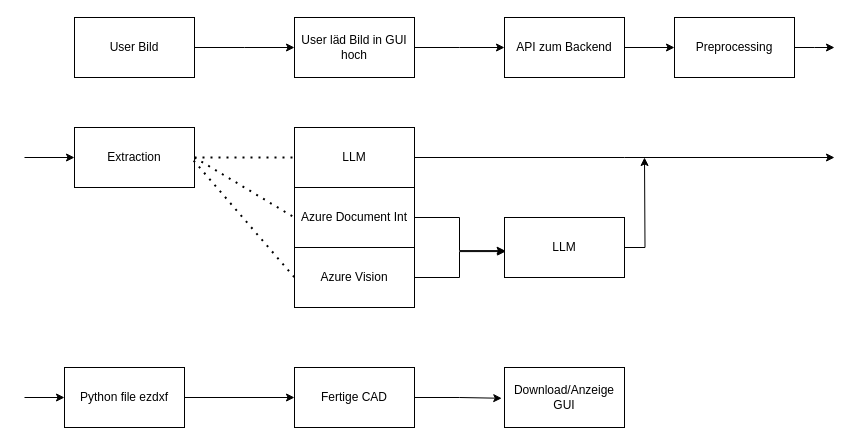
The draw.io diagram Process Flow Chartdrawio.drawio in WOsaka/GenAI-Seminar-UC1, before the edit. Source tidied: cells renumbered, new cells numbered last; positions are measured from the earlier drawing's top-left corner, leaving out a move shared by most shapes. Both pictures are drawn from the tidied source at 100%, with x=0, y=0 at pixel (24, 17).
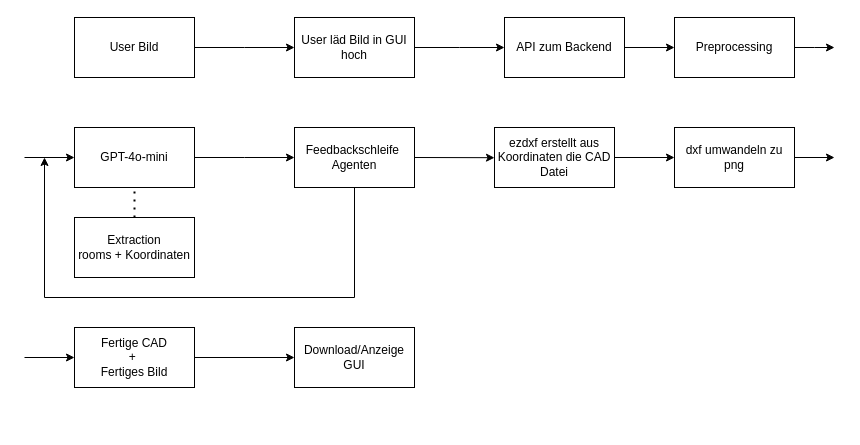
After the change.

Commit message:
updated process flow chart

The edit, as a diff of the source:
```diff
@@
-    <mxCell id="4" style="edgeStyle=orthogonalEdgeStyle;rounded=0;jettySize=auto;html=1;entryX=-0.023;entryY=0.513;entryDx=0;entryDy=0;entryPerimeter=0;" parent="1" edge="1" source="5" target="25">
-      <mxGeometry relative="1" as="geometry" />
-    </mxCell>
+    <mxCell id="29" style="edgeStyle=none;html=1;" parent="1" edge="1" source="5">
+      <mxGeometry relative="1" as="geometry">
+        <mxPoint x="810" y="140" as="targetPoint" />
+      </mxGeometry>
+    </mxCell>
-    <mxCell id="5" value="Fertige CAD" style="rounded=0;whiteSpace=wrap;html=1;" parent="1" vertex="1">
-      <mxGeometry x="270" y="350" width="120" height="60" as="geometry" />
+    <mxCell id="5" value="dxf umwandeln zu png" style="rounded=0;whiteSpace=wrap;html=1;" parent="1" vertex="1">
+      <mxGeometry x="650" y="110" width="120" height="60" as="geometry" />
     </mxCell>
@@
-    <mxCell id="13" value="Extraction " style="rounded=0;whiteSpace=wrap;html=1;" parent="1" vertex="1">
-      <mxGeometry x="50" y="110" width="120" height="60" as="geometry" />
+    <mxCell id="13" value="Extraction &lt;br&gt;rooms + Koordinaten" style="rounded=0;whiteSpace=wrap;html=1;" parent="1" vertex="1">
+      <mxGeometry x="50" y="200" width="120" height="60" as="geometry" />
     </mxCell>
     <mxCell id="14" style="edgeStyle=orthogonalEdgeStyle;rounded=0;jettySize=auto;html=1;" parent="1" edge="1" source="15">
       <mxGeometry relative="1" as="geometry">
-        <mxPoint x="810" y="140" as="targetPoint" />
+        <mxPoint x="270" y="140" as="targetPoint" />
       </mxGeometry>
     </mxCell>
-    <mxCell id="15" value="LLM" style="rounded=0;whiteSpace=wrap;html=1;" parent="1" vertex="1">
-      <mxGeometry x="270" y="110" width="120" height="60" as="geometry" />
+    <mxCell id="15" value="GPT-4o-mini" style="rounded=0;whiteSpace=wrap;html=1;" parent="1" vertex="1">
+      <mxGeometry x="50" y="110" width="120" height="60" as="geometry" />
     </mxCell>
-    <mxCell id="16" value="Azure Document Int" style="rounded=0;whiteSpace=wrap;html=1;" parent="1" vertex="1">
-      <mxGeometry x="270" y="170" width="120" height="60" as="geometry" />
-    </mxCell>
-    <mxCell id="17" value="Azure Vision" style="rounded=0;whiteSpace=wrap;html=1;" parent="1" vertex="1">
-      <mxGeometry x="270" y="230" width="120" height="60" as="geometry" />
-    </mxCell>
-    <mxCell id="18" style="edgeStyle=orthogonalEdgeStyle;rounded=0;jettySize=auto;html=1;" parent="1" edge="1" source="19">
-      <mxGeometry relative="1" as="geometry">
-        <mxPoint x="620" y="140" as="targetPoint" />
-      </mxGeometry>
-    </mxCell>
-    <mxCell id="19" value="LLM" style="rounded=0;whiteSpace=wrap;html=1;" parent="1" vertex="1">
-      <mxGeometry x="480" y="200" width="120" height="60" as="geometry" />
-    </mxCell>
-    <mxCell id="20" style="edgeStyle=orthogonalEdgeStyle;rounded=0;jettySize=auto;html=1;entryX=0.009;entryY=0.568;entryDx=0;entryDy=0;entryPerimeter=0;" parent="1" edge="1" source="17" target="19">
-      <mxGeometry relative="1" as="geometry" />
-    </mxCell>
-    <mxCell id="21" style="edgeStyle=orthogonalEdgeStyle;rounded=0;jettySize=auto;html=1;entryX=0.005;entryY=0.552;entryDx=0;entryDy=0;entryPerimeter=0;" parent="1" edge="1" source="16" target="19">
-      <mxGeometry relative="1" as="geometry" />
-    </mxCell>
-    <mxCell id="22" style="endArrow=classic;html=1;rounded=0;" parent="1" edge="1">
-      <mxGeometry relative="1" as="geometry">
-        <mxPoint y="380" as="sourcePoint" />
-        <mxPoint x="40" y="380" as="targetPoint" />
-      </mxGeometry>
-    </mxCell>
-    <mxCell id="23" style="edgeStyle=orthogonalEdgeStyle;rounded=0;jettySize=auto;html=1;entryX=0;entryY=0.5;entryDx=0;entryDy=0;" parent="1" edge="1" source="24" target="5">
+    <mxCell id="23" style="edgeStyle=none;html=1;" parent="1" edge="1" source="24" target="5">
       <mxGeometry relative="1" as="geometry" />
     </mxCell>
-    <mxCell id="24" value="Python file ezdxf" style="rounded=0;whiteSpace=wrap;html=1;" parent="1" vertex="1">
-      <mxGeometry x="40" y="350" width="120" height="60" as="geometry" />
+    <mxCell id="24" value="ezdxf erstellt aus Koordinaten die CAD Datei" style="rounded=0;whiteSpace=wrap;html=1;" parent="1" vertex="1">
+      <mxGeometry x="470" y="110" width="120" height="60" as="geometry" />
     </mxCell>
     <mxCell id="25" value="Download/Anzeige &lt;br&gt;GUI" style="rounded=0;whiteSpace=wrap;html=1;" parent="1" vertex="1">
-      <mxGeometry x="480" y="350" width="120" height="60" as="geometry" />
+      <mxGeometry x="270" y="310" width="120" height="60" as="geometry" />
     </mxCell>
-    <mxCell id="26" style="endArrow=none;dashed=1;html=1;dashPattern=1 3;strokeWidth=2;rounded=0;exitX=1;exitY=0.5;exitDx=0;exitDy=0;entryX=0;entryY=0.5;entryDx=0;entryDy=0;" parent="1" edge="1" source="13" target="15">
+    <mxCell id="26" style="endArrow=none;dashed=1;html=1;dashPattern=1 3;strokeWidth=2;rounded=0;exitX=0.5;exitY=0;exitDx=0;exitDy=0;entryX=0.5;entryY=1;entryDx=0;entryDy=0;" parent="1" edge="1" source="13" target="15">
       <mxGeometry relative="1" as="geometry" />
     </mxCell>
-    <mxCell id="27" style="endArrow=none;dashed=1;html=1;dashPattern=1 3;strokeWidth=2;rounded=0;entryX=0;entryY=0.5;entryDx=0;entryDy=0;" parent="1" edge="1" target="16">
-      <mxGeometry relative="1" as="geometry">
-        <mxPoint x="170" y="140" as="sourcePoint" />
-      </mxGeometry>
-    </mxCell>
-    <mxCell id="28" style="endArrow=none;dashed=1;html=1;dashPattern=1 3;strokeWidth=2;rounded=0;entryX=0;entryY=0.5;entryDx=0;entryDy=0;exitX=0.993;exitY=0.552;exitDx=0;exitDy=0;exitPerimeter=0;" parent="1" edge="1" source="13" target="17">
-      <mxGeometry relative="1" as="geometry" />
-    </mxCell>
+    <mxCell id="30" style="edgeStyle=none;html=1;exitX=1;exitY=0.5;exitDx=0;exitDy=0;" parent="1" edge="1" source="31">
+      <mxGeometry relative="1" as="geometry">
+        <mxPoint x="470" y="140.2" as="targetPoint" />
+      </mxGeometry>
+    </mxCell>
+    <mxCell id="31" value="Feedbackschleife&amp;nbsp;&lt;br&gt;Agenten" style="rounded=0;whiteSpace=wrap;html=1;" parent="1" vertex="1">
+      <mxGeometry x="270" y="110" width="120" height="60" as="geometry" />
+    </mxCell>
+    <mxCell id="32" style="endArrow=classic;html=1;rounded=0;entryX=0;entryY=0.5;entryDx=0;entryDy=0;" parent="1" edge="1">
+      <mxGeometry relative="1" as="geometry">
+        <mxPoint y="340" as="sourcePoint" />
+        <mxPoint x="50" y="340" as="targetPoint" />
+      </mxGeometry>
+    </mxCell>
+    <mxCell id="33" style="edgeStyle=none;html=1;entryX=0;entryY=0.5;entryDx=0;entryDy=0;" parent="1" edge="1" source="34" target="25">
+      <mxGeometry relative="1" as="geometry" />
+    </mxCell>
+    <mxCell id="34" value="Fertige CAD&lt;br&gt;+&amp;nbsp;&lt;br&gt;Fertiges Bild" style="rounded=0;whiteSpace=wrap;html=1;" parent="1" vertex="1">
+      <mxGeometry x="50" y="310" width="120" height="60" as="geometry" />
+    </mxCell>
+    <mxCell id="35" style="endArrow=none;html=1;elbow=vertical;exitX=0.5;exitY=1;exitDx=0;exitDy=0;" parent="1" edge="1" source="31">
+      <mxGeometry relative="1" as="geometry">
+        <mxPoint x="330" y="280" as="targetPoint" />
+      </mxGeometry>
+    </mxCell>
+    <mxCell id="36" style="endArrow=none;html=1;elbow=vertical;" parent="1" edge="1">
+      <mxGeometry relative="1" as="geometry">
+        <mxPoint x="330" y="280" as="sourcePoint" />
+        <mxPoint x="20" y="280" as="targetPoint" />
+      </mxGeometry>
+    </mxCell>
+    <mxCell id="37" style="endArrow=classic;html=1;elbow=vertical;" parent="1" edge="1">
+      <mxGeometry relative="1" as="geometry">
+        <mxPoint x="20" y="280" as="sourcePoint" />
+        <mxPoint x="20" y="140" as="targetPoint" />
+      </mxGeometry>
+    </mxCell>
```
